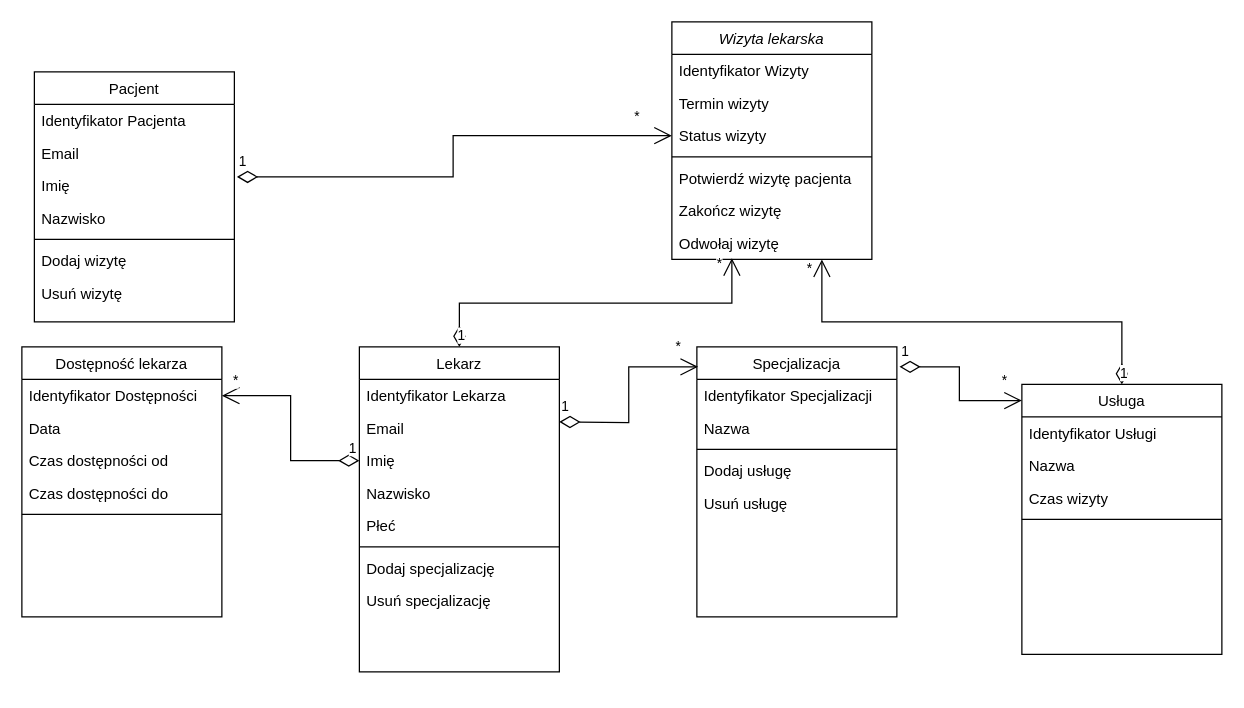
Before: Diagram klas.drawio in oputyk/wit-computer-science-engineering-thesis, a draw.io diagram. Source tidied: cells renumbered, new cells numbered last; positions are measured from the earlier drawing's top-left corner, leaving out a move shared by most shapes. Both pictures are drawn from the tidied source at 125%, with x=0, y=0 at pixel (21, 21).
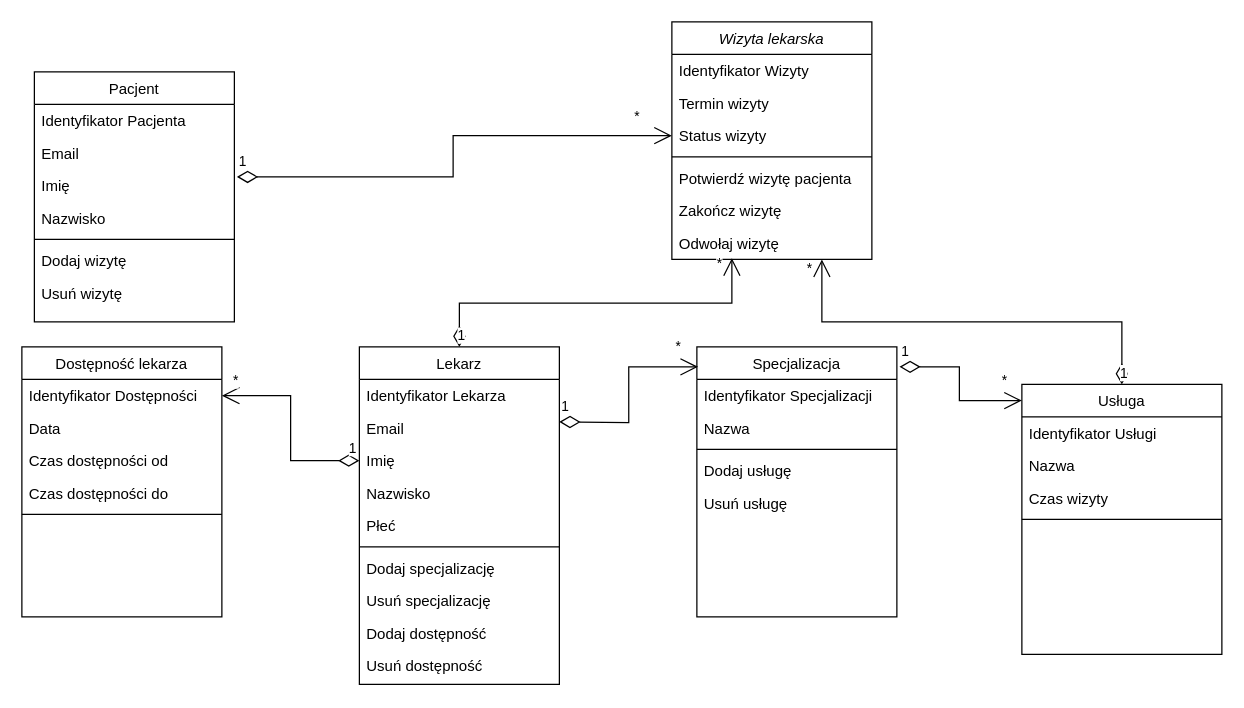
After the change.

What changed in the source:
```diff
@@
     <mxCell id="18" value="Lekarz" style="swimlane;fontStyle=0;align=center;verticalAlign=top;horizontal=1;startSize=26;rounded=0;shadow=0;strokeWidth=1;" parent="1" vertex="1">
-      <mxGeometry x="270" y="260" width="160" height="260" as="geometry" />
+      <mxGeometry x="270" y="260" width="160" height="270" as="geometry" />
     </mxCell>
@@
+    <mxCell id="56" value="Dodaj dostępność" style="text;align=left;verticalAlign=top;spacingLeft=4;spacingRight=4;overflow=hidden;" parent="18" vertex="1">
+      <mxGeometry y="216" width="160" height="26" as="geometry" />
+    </mxCell>
+    <mxCell id="57" value="Usuń dostępność" style="text;align=left;verticalAlign=top;spacingLeft=4;spacingRight=4;overflow=hidden;" parent="18" vertex="1">
+      <mxGeometry y="242" width="160" height="26" as="geometry" />
+    </mxCell>
```
